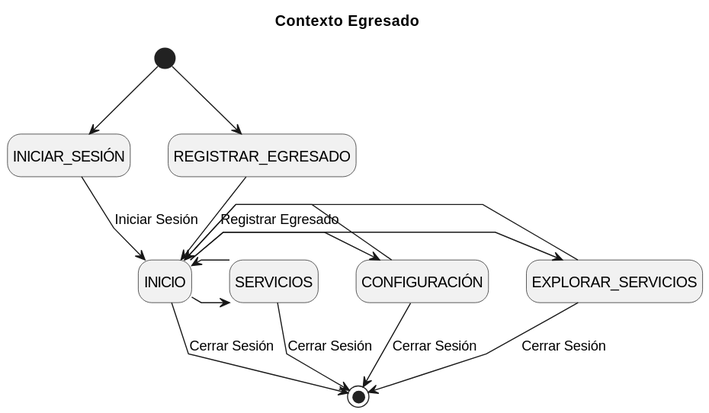
Earlier version of the PlantUML export Caso_de_Uso/Contexto/Egresado/Contexto/Contexto.svg (mmasias/23-24-IdSw1-SDR).
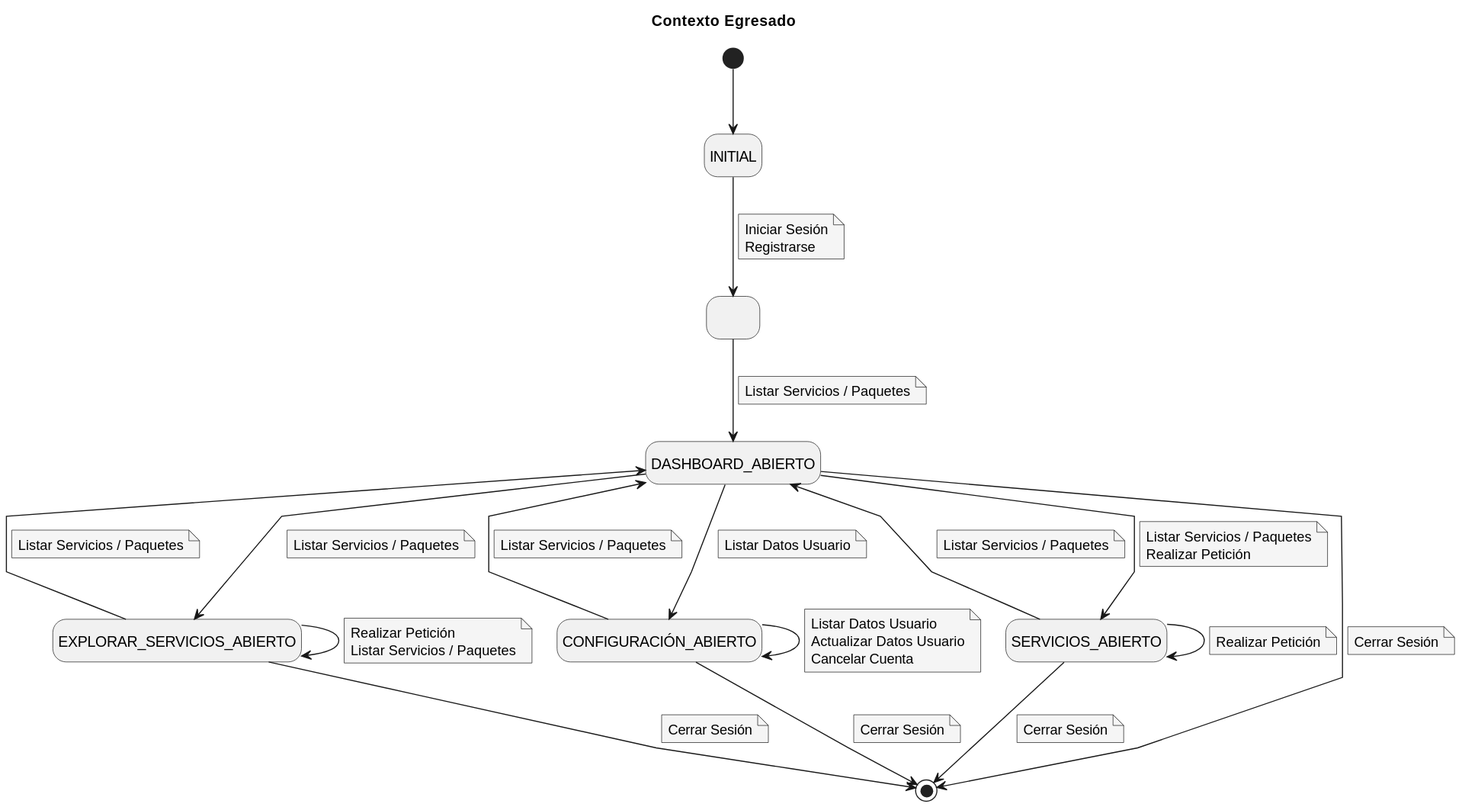
After the commit.

Commit message:
Actualización Contexto de Egresados

The edit, as a diff of the source:
```diff
@@ -9,21 +9,75 @@
 
 hide empty description
 
-[*] --> INICIAR_SESIÓN
-[*] --> REGISTRAR_EGRESADO
-INICIAR_SESIÓN --> INICIO : Iniciar Sesión
-REGISTRAR_EGRESADO --> INICIO : Registrar Egresado
+[*] --> INITIAL
+state 2 as " "
+INITIAL --> 2
+note on link
+Iniciar Sesión
+Registrarse
+end note
+2 --> DASHBOARD_ABIERTO
+note on link
+Listar Servicios / Paquetes
+end note
 
-INICIO -> EXPLORAR_SERVICIOS
-INICIO <- EXPLORAR_SERVICIOS
-INICIO -> CONFIGURACIÓN
-INICIO <- CONFIGURACIÓN
-INICIO -> SERVICIOS
-INICIO <- SERVICIOS
+DASHBOARD_ABIERTO --> EXPLORAR_SERVICIOS_ABIERTO
+note on link
+Listar Servicios / Paquetes
+end note
+DASHBOARD_ABIERTO <-- EXPLORAR_SERVICIOS_ABIERTO
+note on link
+Listar Servicios / Paquetes
+end note
+DASHBOARD_ABIERTO --> CONFIGURACIÓN_ABIERTO
+note on link
+Listar Datos Usuario
+end note
+DASHBOARD_ABIERTO <-- CONFIGURACIÓN_ABIERTO
+note on link
+Listar Servicios / Paquetes
+end note
+DASHBOARD_ABIERTO --> SERVICIOS_ABIERTO
+note on link
+Listar Servicios / Paquetes
+Realizar Petición
+end note
+DASHBOARD_ABIERTO <-- SERVICIOS_ABIERTO
+note on link
+Listar Servicios / Paquetes
+end note
 
-CONFIGURACIÓN -> [*] : Cerrar Sesión
-EXPLORAR_SERVICIOS -> [*] : Cerrar Sesión
-SERVICIOS -> [*] : Cerrar Sesión
-INICIO --> [*] : Cerrar Sesión
+EXPLORAR_SERVICIOS_ABIERTO --> EXPLORAR_SERVICIOS_ABIERTO
+note on link
+Realizar Petición
+Listar Servicios / Paquetes
+end note
+CONFIGURACIÓN_ABIERTO --> CONFIGURACIÓN_ABIERTO
+note on link
+Listar Datos Usuario
+Actualizar Datos Usuario
+Cancelar Cuenta
+end note
+SERVICIOS_ABIERTO --> SERVICIOS_ABIERTO
+note on link
+Realizar Petición
+end note
+
+CONFIGURACIÓN_ABIERTO --> [*]
+note on link
+Cerrar Sesión
+end note
+EXPLORAR_SERVICIOS_ABIERTO --> [*]
+note on link
+Cerrar Sesión
+end note
+SERVICIOS_ABIERTO --> [*]
+note on link
+Cerrar Sesión
+end note
+DASHBOARD_ABIERTO --> [*]
+note on link
+Cerrar Sesión
+end note
 
 @enduml
```
